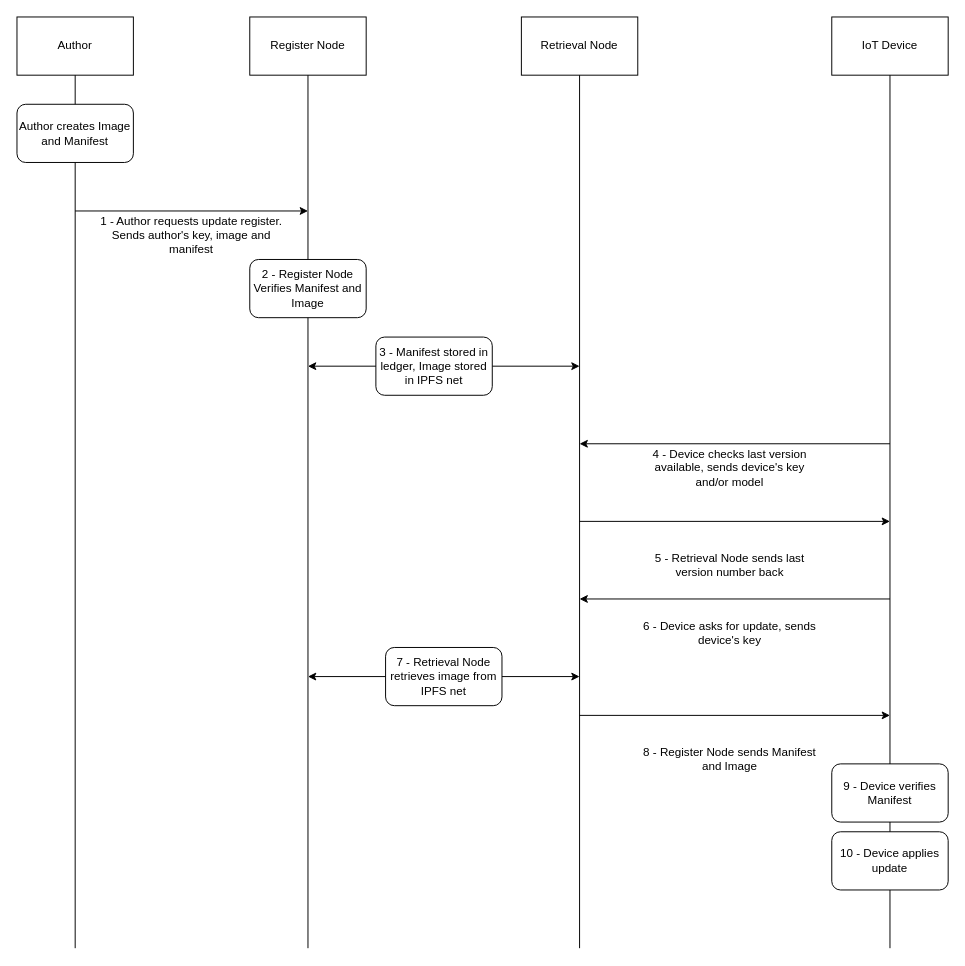
Earlier version of the draw.io diagram FlowDiagrams/FlowDiagramGeneral.drawio (sfl0r3nz05/DistributedBchFWArchIoT). Source tidied: cells renumbered, new cells numbered last; positions are measured from the earlier drawing's top-left corner, leaving out a move shared by most shapes. Both pictures are drawn from the tidied source at 97%, with x=0, y=0 at pixel (16, 16).
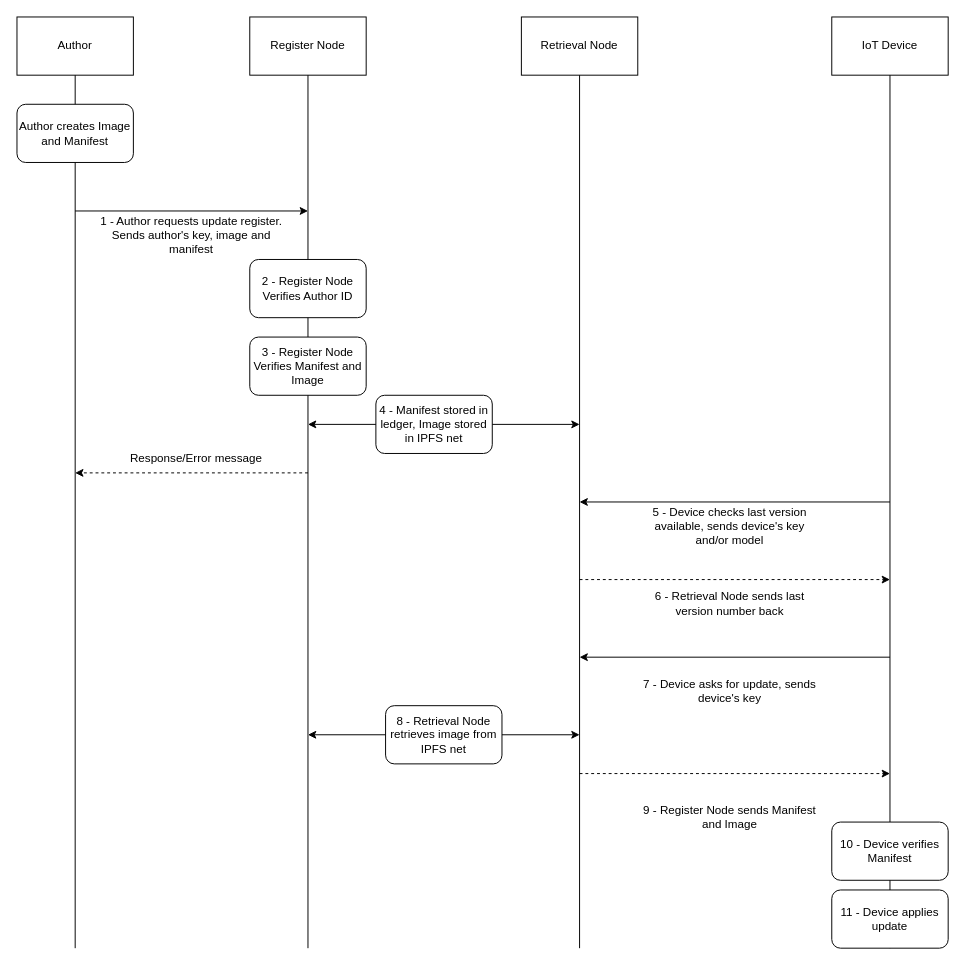
After the change.

Commit message (it also covers changes not shown here):
corrected general flow

What changed in the source:
```diff
@@
-    <mxCell id="13" value="2 - Register Node Verifies Manifest and Image" style="rounded=1;whiteSpace=wrap;html=1;" parent="1" vertex="1">
+    <mxCell id="13" value="2 - Register Node Verifies Author ID" style="rounded=1;whiteSpace=wrap;html=1;" parent="1" vertex="1">
       <mxGeometry x="240" y="250" width="120" height="60" as="geometry" />
     </mxCell>
     <mxCell id="14" style="endArrow=classic;startArrow=classic;html=1;rounded=0;" parent="1" edge="1">
       <mxGeometry relative="1" as="geometry">
-        <mxPoint x="300" y="360" as="sourcePoint" />
-        <mxPoint x="580" y="360" as="targetPoint" />
+        <mxPoint x="300" y="420" as="sourcePoint" />
+        <mxPoint x="580" y="420" as="targetPoint" />
       </mxGeometry>
     </mxCell>
-    <mxCell id="15" value="3 - Manifest stored in ledger, Image stored in IPFS net" style="rounded=1;whiteSpace=wrap;html=1;" parent="1" vertex="1">
-      <mxGeometry x="370" y="330" width="120" height="60" as="geometry" />
+    <mxCell id="15" value="4 - Manifest stored in ledger, Image stored in IPFS net" style="rounded=1;whiteSpace=wrap;html=1;" parent="1" vertex="1">
+      <mxGeometry x="370" y="390" width="120" height="60" as="geometry" />
     </mxCell>
     <mxCell id="16" style="endArrow=classic;html=1;rounded=0;" parent="1" edge="1">
       <mxGeometry relative="1" as="geometry">
-        <mxPoint x="900" y="440" as="sourcePoint" />
-        <mxPoint x="580" y="440" as="targetPoint" />
+        <mxPoint x="900" y="500" as="sourcePoint" />
+        <mxPoint x="580" y="500" as="targetPoint" />
       </mxGeometry>
     </mxCell>
-    <mxCell id="17" value="4 - Device checks last version available, sends device's key and/or model " style="text;html=1;strokeColor=none;fillColor=none;align=center;verticalAlign=middle;whiteSpace=wrap;rounded=0;" parent="1" vertex="1">
-      <mxGeometry x="640" y="450" width="190" height="30" as="geometry" />
+    <mxCell id="17" value="5 - Device checks last version available, sends device's key and/or model " style="text;html=1;strokeColor=none;fillColor=none;align=center;verticalAlign=middle;whiteSpace=wrap;rounded=0;" parent="1" vertex="1">
+      <mxGeometry x="640" y="510" width="190" height="30" as="geometry" />
     </mxCell>
-    <mxCell id="18" style="endArrow=classic;html=1;rounded=0;" parent="1" edge="1">
+    <mxCell id="18" style="endArrow=classic;html=1;rounded=0;dashed=1;" parent="1" edge="1">
       <mxGeometry relative="1" as="geometry">
-        <mxPoint x="580" y="520" as="sourcePoint" />
-        <mxPoint x="900" y="520" as="targetPoint" />
+        <mxPoint x="580" y="580" as="sourcePoint" />
+        <mxPoint x="900" y="580" as="targetPoint" />
       </mxGeometry>
     </mxCell>
-    <mxCell id="19" value="5 - Retrieval Node sends last version number back" style="text;html=1;strokeColor=none;fillColor=none;align=center;verticalAlign=middle;whiteSpace=wrap;rounded=0;" parent="1" vertex="1">
-      <mxGeometry x="640" y="550" width="190" height="30" as="geometry" />
+    <mxCell id="19" value="6 - Retrieval Node sends last version number back" style="text;html=1;strokeColor=none;fillColor=none;align=center;verticalAlign=middle;whiteSpace=wrap;rounded=0;" parent="1" vertex="1">
+      <mxGeometry x="640" y="590" width="190" height="30" as="geometry" />
     </mxCell>
     <mxCell id="20" style="endArrow=classic;html=1;rounded=0;" parent="1" edge="1">
       <mxGeometry relative="1" as="geometry">
-        <mxPoint x="900" y="600" as="sourcePoint" />
-        <mxPoint x="580" y="600" as="targetPoint" />
+        <mxPoint x="900" y="660" as="sourcePoint" />
+        <mxPoint x="580" y="660" as="targetPoint" />
       </mxGeometry>
     </mxCell>
-    <mxCell id="21" value="6 - Device asks for update, sends device's key" style="text;html=1;strokeColor=none;fillColor=none;align=center;verticalAlign=middle;whiteSpace=wrap;rounded=0;" parent="1" vertex="1">
-      <mxGeometry x="640" y="620" width="190" height="30" as="geometry" />
+    <mxCell id="21" value="7 - Device asks for update, sends device's key" style="text;html=1;strokeColor=none;fillColor=none;align=center;verticalAlign=middle;whiteSpace=wrap;rounded=0;" parent="1" vertex="1">
+      <mxGeometry x="640" y="680" width="190" height="30" as="geometry" />
     </mxCell>
-    <mxCell id="22" style="endArrow=classic;html=1;rounded=0;" parent="1" edge="1">
+    <mxCell id="22" style="endArrow=classic;html=1;rounded=0;dashed=1;" parent="1" edge="1">
       <mxGeometry relative="1" as="geometry">
-        <mxPoint x="580" y="720" as="sourcePoint" />
-        <mxPoint x="900" y="720" as="targetPoint" />
+        <mxPoint x="580" y="780" as="sourcePoint" />
+        <mxPoint x="900" y="780" as="targetPoint" />
       </mxGeometry>
     </mxCell>
-    <mxCell id="23" value="8 - Register Node sends Manifest and Image" style="text;html=1;strokeColor=none;fillColor=none;align=center;verticalAlign=middle;whiteSpace=wrap;rounded=0;" parent="1" vertex="1">
-      <mxGeometry x="640" y="750" width="190" height="30" as="geometry" />
+    <mxCell id="23" value="9 - Register Node sends Manifest and Image" style="text;html=1;strokeColor=none;fillColor=none;align=center;verticalAlign=middle;whiteSpace=wrap;rounded=0;" parent="1" vertex="1">
+      <mxGeometry x="640" y="810" width="190" height="30" as="geometry" />
     </mxCell>
-    <mxCell id="24" value="9 - Device verifies Manifest" style="rounded=1;whiteSpace=wrap;html=1;" parent="1" vertex="1">
-      <mxGeometry x="840" y="770" width="120" height="60" as="geometry" />
+    <mxCell id="24" value="10 - Device verifies Manifest" style="rounded=1;whiteSpace=wrap;html=1;" parent="1" vertex="1">
+      <mxGeometry x="840" y="830" width="120" height="60" as="geometry" />
     </mxCell>
-    <mxCell id="25" value="10 - Device applies update" style="rounded=1;whiteSpace=wrap;html=1;" parent="1" vertex="1">
-      <mxGeometry x="840" y="840" width="120" height="60" as="geometry" />
+    <mxCell id="25" value="11 - Device applies update" style="rounded=1;whiteSpace=wrap;html=1;" parent="1" vertex="1">
+      <mxGeometry x="840" y="900" width="120" height="60" as="geometry" />
     </mxCell>
     <mxCell id="26" style="endArrow=classic;startArrow=classic;html=1;rounded=0;" parent="1" edge="1">
       <mxGeometry relative="1" as="geometry">
-        <mxPoint x="300" y="680" as="sourcePoint" />
-        <mxPoint x="580" y="680" as="targetPoint" />
+        <mxPoint x="300" y="740" as="sourcePoint" />
+        <mxPoint x="580" y="740" as="targetPoint" />
       </mxGeometry>
     </mxCell>
-    <mxCell id="27" value="7 - Retrieval Node retrieves image from IPFS net" style="rounded=1;whiteSpace=wrap;html=1;" parent="1" vertex="1">
-      <mxGeometry x="380" y="650" width="120" height="60" as="geometry" />
+    <mxCell id="27" value="8 - Retrieval Node retrieves image from IPFS net" style="rounded=1;whiteSpace=wrap;html=1;" parent="1" vertex="1">
+      <mxGeometry x="380" y="710" width="120" height="60" as="geometry" />
     </mxCell>
+    <mxCell id="28" style="endArrow=classic;html=1;rounded=0;dashed=1;" parent="1" edge="1">
+      <mxGeometry relative="1" as="geometry">
+        <mxPoint x="300" y="470" as="sourcePoint" />
+        <mxPoint x="60" y="470" as="targetPoint" />
+      </mxGeometry>
+    </mxCell>
+    <mxCell id="29" value="Response/Error message" style="text;html=1;strokeColor=none;fillColor=none;align=center;verticalAlign=middle;whiteSpace=wrap;rounded=0;" parent="1" vertex="1">
+      <mxGeometry x="110" y="440" width="150" height="30" as="geometry" />
+    </mxCell>
+    <mxCell id="30" value="&lt;div&gt;3 - Register Node Verifies Manifest and Image&lt;/div&gt;" style="rounded=1;whiteSpace=wrap;html=1;" parent="1" vertex="1">
+      <mxGeometry x="240" y="330" width="120" height="60" as="geometry" />
+    </mxCell>
```
